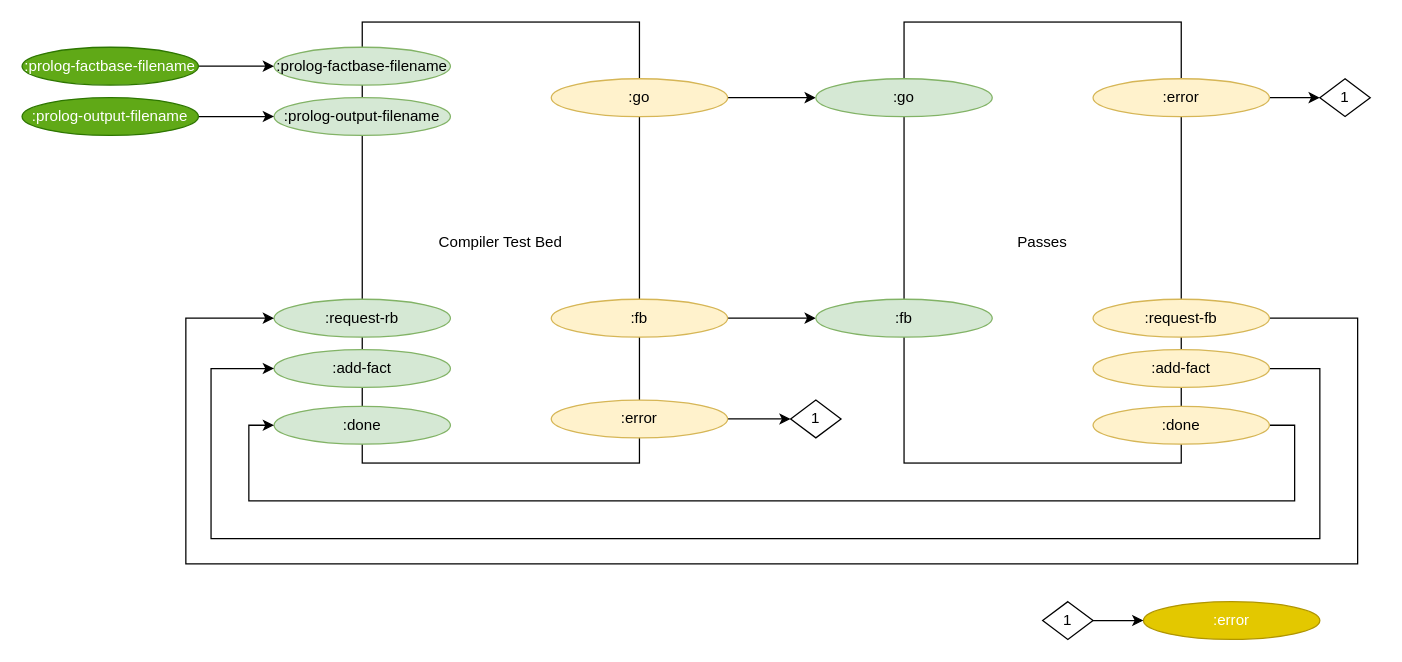
This is page "Compiler Internal" (2 of 10) of svg/cl-compiler/doc/compiler-test-bed.drawio from bmfbp/bmfbp, a draw.io file, before an edit. Source tidied: cells renumbered, new cells numbered last; positions are measured from the earlier drawing's top-left corner, leaving out a move shared by most shapes. Both pictures are drawn from the tidied source at 126%, with x=0, y=0 at pixel (21, 21).
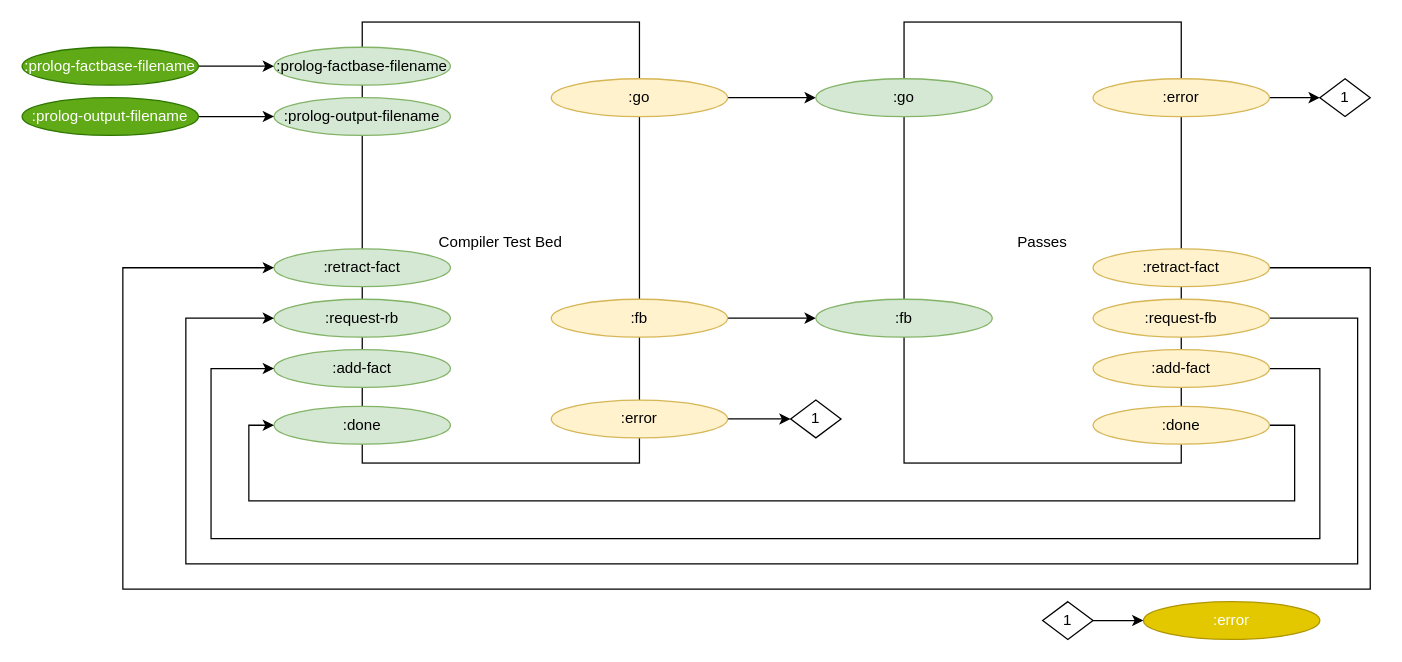
Above is the later version.

What changed in the source:
```diff
@@
+    <mxCell id="34" value=":retract-fact" style="ellipse;whiteSpace=wrap;html=1;fillColor=#d5e8d4;strokeColor=#82b366;" parent="1" vertex="1">
+      <mxGeometry x="200" y="180" width="140" height="30" as="geometry" />
+    </mxCell>
+    <mxCell id="35" style="edgeStyle=orthogonalEdgeStyle;rounded=0;jettySize=auto;html=1;exitX=1;exitY=0.5;exitDx=0;exitDy=0;entryX=0;entryY=0.5;entryDx=0;entryDy=0;" parent="1" edge="1" source="36" target="34">
+      <mxGeometry relative="1" as="geometry">
+        <Array as="points">
+          <mxPoint x="1070" y="195" />
+          <mxPoint x="1070" y="450" />
+          <mxPoint x="80" y="450" />
+          <mxPoint x="80" y="195" />
+        </Array>
+      </mxGeometry>
+    </mxCell>
+    <mxCell id="36" value=":retract-fact" style="ellipse;whiteSpace=wrap;html=1;fillColor=#fff2cc;strokeColor=#d6b656;" parent="1" vertex="1">
+      <mxGeometry x="850" y="180" width="140" height="30" as="geometry" />
+    </mxCell>
```
